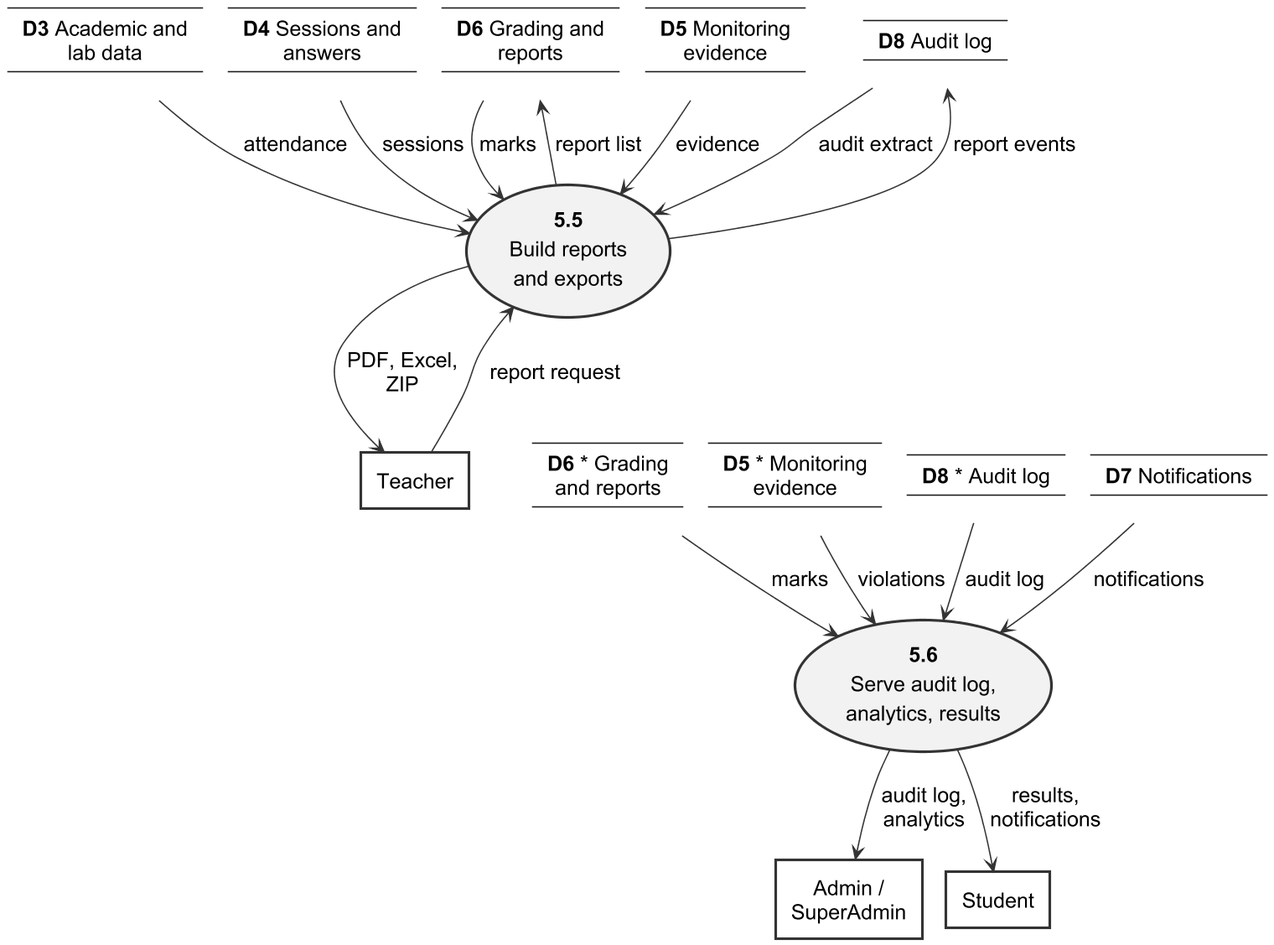
Before: important docs/fyp_doc_3chatp_redrawn/Figures/dfd_level_2b_reports.png, a diagram exported from PlantUML (Haiderali27-hub/AI-Lab-Monitoring-).
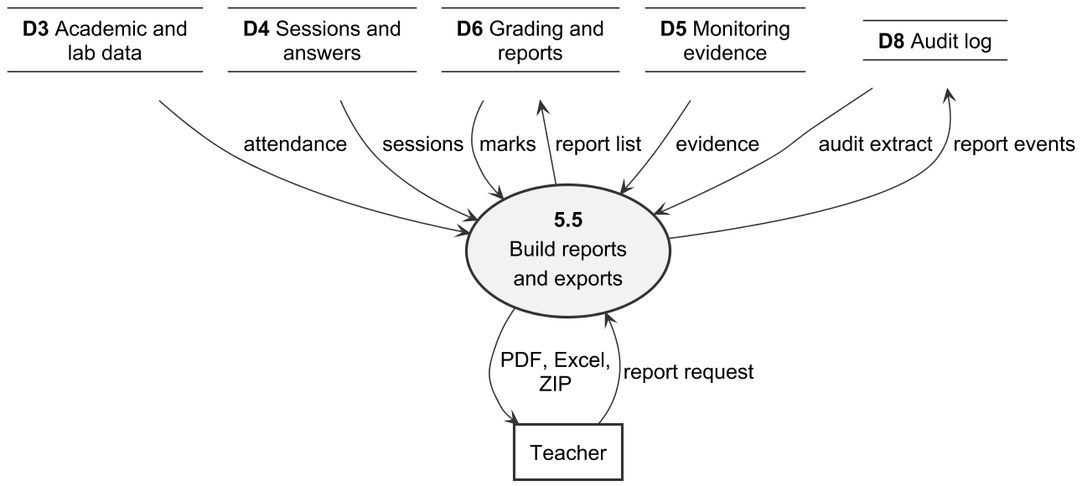
Above is the later version.

Commit message:
Redrawn version: split DFD Level 2 of Process 5.0 (b) into two figures, 5.5 Reports and 5.6 Read-only Services

Diff of the diagram source:
```diff
@@ -31,6 +31,7 @@
 hide stereotype
 top to bottom direction
 
+
 label D3 [
 ----
 **D3** Academic and
@@ -62,31 +63,6 @@
 ]
 usecase "**5.5**\nBuild reports\nand exports" as P55
 rectangle "Teacher" <<entity>> as TEA
-label D6b [
-----
-**D6 *** Grading
-and reports
-----
-]
-label D5b [
-----
-**D5 *** Monitoring
-evidence
-----
-]
-label D8b [
-----
-**D8 *** Audit log
-----
-]
-label D7 [
-----
-**D7** Notifications
-----
-]
-usecase "**5.6**\nServe audit log,\nanalytics, results" as P56
-rectangle "Admin /\nSuperAdmin" <<entity>> as ADM
-rectangle "Student" <<entity>> as STU
 
 D3 --> P55 : attendance
 D4 --> P55 : sessions
@@ -97,12 +73,4 @@
 D8 <-- P55 : report events
 P55 --> TEA : PDF, Excel,\nZIP
 P55 <-- TEA : report request
-P55 -[hidden]-> D6b
-P55 -[hidden]-> D5b
-D6b --> P56 : marks
-D5b --> P56 : violations
-D8b --> P56 : audit log
-D7 --> P56 : notifications
-P56 --> ADM : audit log,\nanalytics
-P56 --> STU : results,\nnotifications
 @enduml
```
